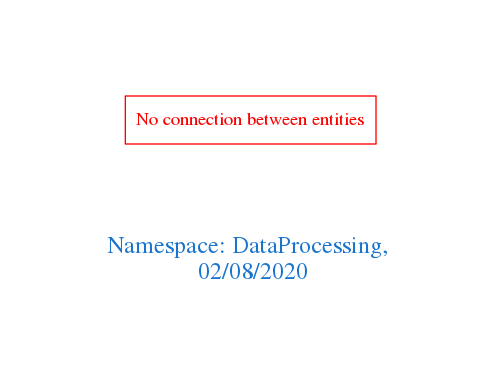
This is downloads/DataProcessing.png from arago/OGIT, a Graphviz export, as it was before one commit. Its source is kept beside it as downloads/DataProcessing.dot.
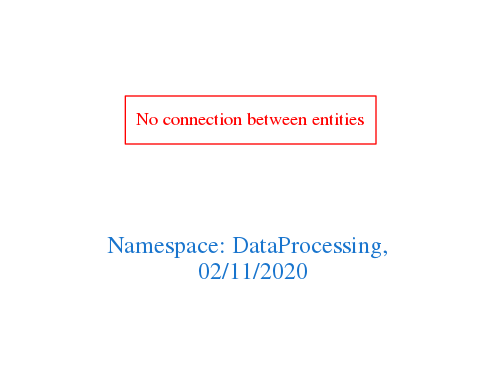
After the change.

Change to the diagram source:
```diff
@@ -1,7 +1,7 @@
 digraph OGIT_ontology {
  graph [ rankdir= LR,pad=1
 fontsize = 18,
-fontcolor= dodgerblue3,label = "\n\n\nNamespace: DataProcessing, \n 02/08/2020"];
+fontcolor= dodgerblue3,label = "\n\n\nNamespace: DataProcessing, \n 02/11/2020"];
 node[shape=polygon];
 edge [  color="gray81"];
 
```
